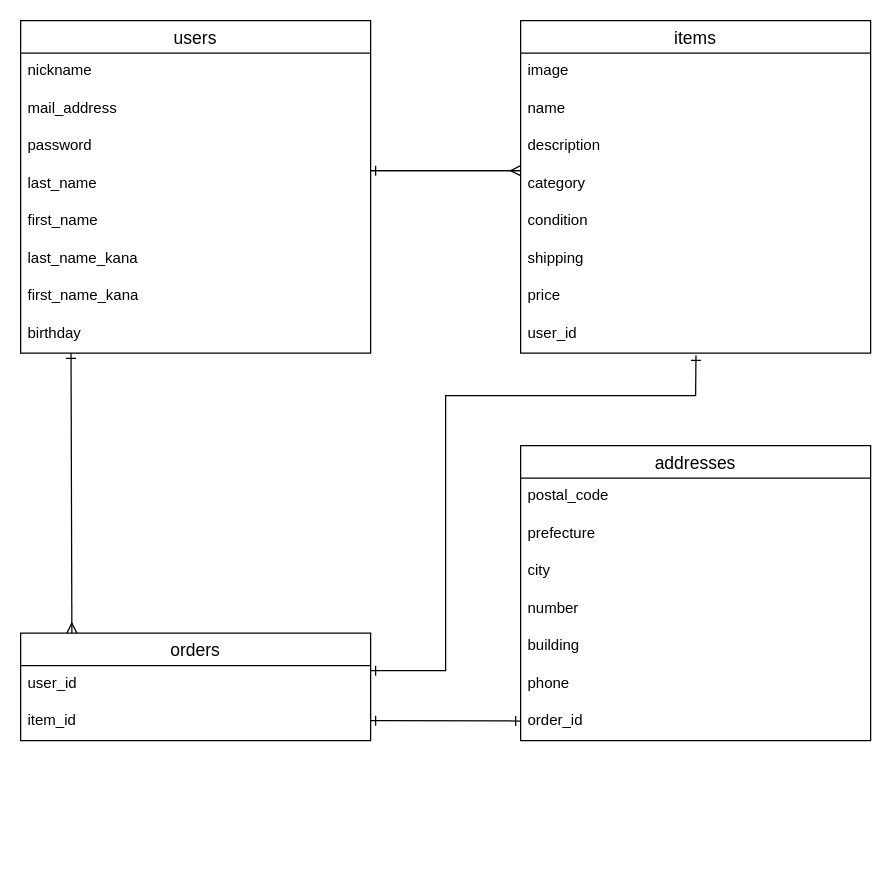
toru0209/furima-33520 keeps this draw.io diagram as furima.dio. Above is the earlier version. Source tidied: cells renumbered, new cells numbered last; positions are measured from the earlier drawing's top-left corner, leaving out a move shared by most shapes. Both pictures are drawn from the tidied source at 125%, with x=0, y=0 at pixel (20, 20).
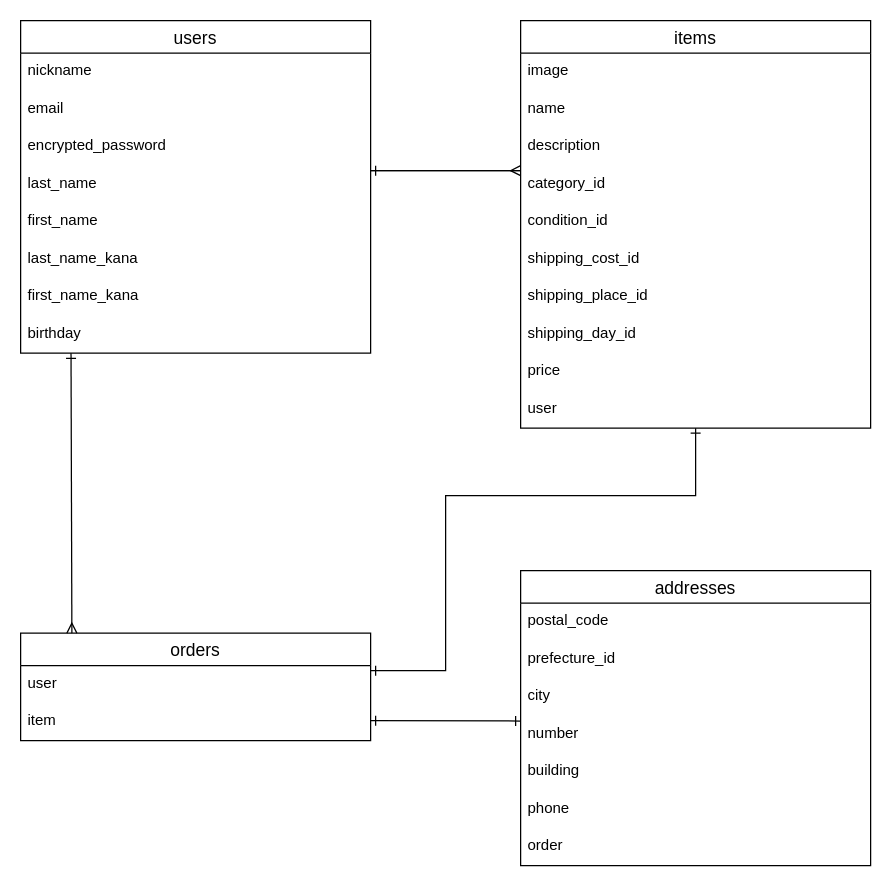
After the change.

Commit message (it also covers changes not shown here):
ER図/READMEの作成(修正）

Unchanged cells that the change refers to:
```xml
<mxCell id="2" value="orders" style="swimlane;fontStyle=0;horizontal=1;startSize=26;align=center;fontSize=14;" parent="1" vertex="1">
  <mxGeometry y="490" width="280" height="86" as="geometry" />
</mxCell>
<mxCell id="5" value="users" style="swimlane;fontStyle=0;horizontal=1;startSize=26;align=center;fontSize=14;" parent="1" vertex="1">
  <mxGeometry width="280" height="266" as="geometry" />
</mxCell>
```

The edit, as a diff of the source:
```diff
@@
-    <mxCell id="3" value="user_id" style="text;strokeColor=none;fillColor=none;spacingLeft=4;spacingRight=4;overflow=hidden;fontSize=12;" parent="2" vertex="1">
+    <mxCell id="3" value="user" style="text;strokeColor=none;fillColor=none;spacingLeft=4;spacingRight=4;overflow=hidden;fontSize=12;" parent="2" vertex="1">
       <mxGeometry y="26" width="280" height="30" as="geometry" />
     </mxCell>
-    <mxCell id="4" value="item_id" style="text;strokeColor=none;fillColor=none;spacingLeft=4;spacingRight=4;overflow=hidden;fontSize=12;" parent="2" vertex="1">
+    <mxCell id="4" value="item" style="text;strokeColor=none;fillColor=none;spacingLeft=4;spacingRight=4;overflow=hidden;fontSize=12;" parent="2" vertex="1">
       <mxGeometry y="56" width="280" height="30" as="geometry" />
     </mxCell>
@@
-    <mxCell id="7" value="mail_address" style="text;strokeColor=none;fillColor=none;spacingLeft=4;spacingRight=4;overflow=hidden;fontSize=12;" parent="5" vertex="1">
+    <mxCell id="7" value="email" style="text;strokeColor=none;fillColor=none;spacingLeft=4;spacingRight=4;overflow=hidden;fontSize=12;" parent="5" vertex="1">
       <mxGeometry y="56" width="280" height="30" as="geometry" />
     </mxCell>
-    <mxCell id="8" value="password" style="text;strokeColor=none;fillColor=none;spacingLeft=4;spacingRight=4;overflow=hidden;fontSize=12;" parent="5" vertex="1">
+    <mxCell id="8" value="encrypted_password" style="text;strokeColor=none;fillColor=none;spacingLeft=4;spacingRight=4;overflow=hidden;fontSize=12;" parent="5" vertex="1">
       <mxGeometry y="86" width="280" height="30" as="geometry" />
     </mxCell>
@@
     <mxCell id="14" value="addresses" style="swimlane;fontStyle=0;horizontal=1;startSize=26;align=center;fontSize=14;" parent="1" vertex="1">
-      <mxGeometry x="400" y="340" width="280" height="236" as="geometry" />
+      <mxGeometry x="400" y="440" width="280" height="236" as="geometry" />
     </mxCell>
@@
-    <mxCell id="16" value="prefecture" style="text;strokeColor=none;fillColor=none;spacingLeft=4;spacingRight=4;overflow=hidden;fontSize=12;" parent="14" vertex="1">
+    <mxCell id="16" value="prefecture_id" style="text;strokeColor=none;fillColor=none;spacingLeft=4;spacingRight=4;overflow=hidden;fontSize=12;" parent="14" vertex="1">
       <mxGeometry y="56" width="280" height="30" as="geometry" />
     </mxCell>
@@
-    <mxCell id="21" value="order_id" style="text;strokeColor=none;fillColor=none;spacingLeft=4;spacingRight=4;overflow=hidden;fontSize=12;" parent="14" vertex="1">
+    <mxCell id="21" value="order" style="text;strokeColor=none;fillColor=none;spacingLeft=4;spacingRight=4;overflow=hidden;fontSize=12;" parent="14" vertex="1">
       <mxGeometry y="206" width="280" height="30" as="geometry" />
     </mxCell>
     <mxCell id="22" value="items" style="swimlane;fontStyle=0;horizontal=1;startSize=26;align=center;fontSize=14;" parent="1" vertex="1">
-      <mxGeometry x="400" width="280" height="266" as="geometry" />
+      <mxGeometry x="400" width="280" height="326" as="geometry" />
     </mxCell>
@@
-    <mxCell id="26" value="category" style="text;strokeColor=none;fillColor=none;spacingLeft=4;spacingRight=4;overflow=hidden;fontSize=12;" parent="22" vertex="1">
+    <mxCell id="26" value="category_id" style="text;strokeColor=none;fillColor=none;spacingLeft=4;spacingRight=4;overflow=hidden;fontSize=12;" parent="22" vertex="1">
       <mxGeometry y="116" width="280" height="30" as="geometry" />
     </mxCell>
-    <mxCell id="27" value="condition" style="text;strokeColor=none;fillColor=none;spacingLeft=4;spacingRight=4;overflow=hidden;fontSize=12;" parent="22" vertex="1">
+    <mxCell id="27" value="condition_id" style="text;strokeColor=none;fillColor=none;spacingLeft=4;spacingRight=4;overflow=hidden;fontSize=12;" parent="22" vertex="1">
       <mxGeometry y="146" width="280" height="30" as="geometry" />
     </mxCell>
-    <mxCell id="28" value="shipping" style="text;strokeColor=none;fillColor=none;spacingLeft=4;spacingRight=4;overflow=hidden;fontSize=12;" parent="22" vertex="1">
+    <mxCell id="28" value="shipping_cost_id" style="text;strokeColor=none;fillColor=none;spacingLeft=4;spacingRight=4;overflow=hidden;fontSize=12;" parent="22" vertex="1">
       <mxGeometry y="176" width="280" height="30" as="geometry" />
     </mxCell>
-    <mxCell id="29" value="price" style="text;strokeColor=none;fillColor=none;spacingLeft=4;spacingRight=4;overflow=hidden;fontSize=12;" parent="22" vertex="1">
+    <mxCell id="29" value="shipping_place_id" style="text;strokeColor=none;fillColor=none;spacingLeft=4;spacingRight=4;overflow=hidden;fontSize=12;" parent="22" vertex="1">
       <mxGeometry y="206" width="280" height="30" as="geometry" />
     </mxCell>
-    <mxCell id="30" value="user_id " style="text;strokeColor=none;fillColor=none;spacingLeft=4;spacingRight=4;overflow=hidden;points=[[0,0.5],[1,0.5]];portConstraint=eastwest;fontSize=12;" parent="22" vertex="1">
+    <mxCell id="30" value="shipping_day_id" style="text;strokeColor=none;fillColor=none;spacingLeft=4;spacingRight=4;overflow=hidden;points=[[0,0.5],[1,0.5]];portConstraint=eastwest;fontSize=12;" parent="22" vertex="1">
       <mxGeometry y="236" width="280" height="30" as="geometry" />
     </mxCell>
+    <mxCell id="36" value="price" style="text;strokeColor=none;fillColor=none;spacingLeft=4;spacingRight=4;overflow=hidden;fontSize=12;" parent="22" vertex="1">
+      <mxGeometry y="266" width="280" height="30" as="geometry" />
+    </mxCell>
+    <mxCell id="37" value="user" style="text;strokeColor=none;fillColor=none;spacingLeft=4;spacingRight=4;overflow=hidden;fontSize=12;" parent="22" vertex="1">
+      <mxGeometry y="296" width="280" height="30" as="geometry" />
+    </mxCell>
@@
-    <mxCell id="32" style="endArrow=ERone;html=1;rounded=0;startArrow=ERone;startFill=0;endFill=0;entryX=0.501;entryY=1.058;entryDx=0;entryDy=0;entryPerimeter=0;" parent="1" edge="1" target="30">
+    <mxCell id="32" style="endArrow=ERone;html=1;rounded=0;startArrow=ERone;startFill=0;endFill=0;entryX=0.5;entryY=1;entryDx=0;entryDy=0;" parent="1" edge="1" target="22">
       <mxGeometry relative="1" as="geometry">
         <mxPoint x="280" y="520" as="sourcePoint" />
         <Array as="points">
           <mxPoint x="340" y="520" />
-          <mxPoint x="340" y="300" />
-          <mxPoint x="540" y="300" />
+          <mxPoint x="340" y="380" />
+          <mxPoint x="400" y="380" />
+          <mxPoint x="540" y="380" />
         </Array>
       </mxGeometry>
     </mxCell>
```
